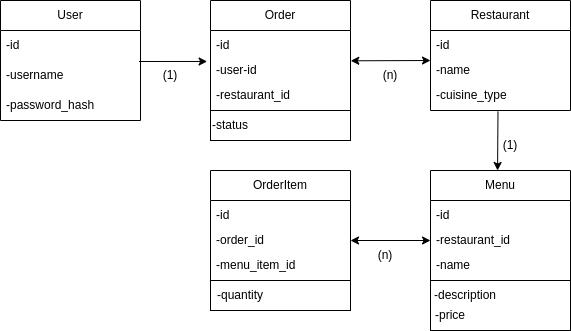
njagiiii/FoodDeliveryapp keeps this draw.io diagram as Domain.drawio.png. Above is the earlier version. Source tidied: cells renumbered, new cells last; positions are measured from the earlier drawing's top-left corner, leaving out a move shared by most shapes. The source it was exported from:
```xml
<mxGraphModel>
  <root>
    <mxCell id="0" />
    <mxCell id="1" parent="0" />
    <mxCell id="2" value="User" style="swimlane;fontStyle=0;horizontal=1;startSize=30;whiteSpace=wrap;html=1;" parent="1" vertex="1">
      <mxGeometry width="140" height="120" as="geometry" />
    </mxCell>
    <mxCell id="3" value="-id" style="text;strokeColor=none;fillColor=none;align=left;verticalAlign=middle;spacingLeft=4;spacingRight=4;overflow=hidden;whiteSpace=wrap;html=1;" parent="2" vertex="1">
      <mxGeometry y="30" width="140" height="30" as="geometry" />
    </mxCell>
    <mxCell id="4" value="-username" style="text;strokeColor=none;fillColor=none;align=left;verticalAlign=middle;spacingLeft=4;spacingRight=4;overflow=hidden;points=[[0,0.5],[1,0.5]];portConstraint=eastwest;whiteSpace=wrap;html=1;" parent="2" vertex="1">
      <mxGeometry y="60" width="140" height="30" as="geometry" />
    </mxCell>
    <mxCell id="5" value="-password_hash" style="text;strokeColor=none;fillColor=none;align=left;verticalAlign=middle;spacingLeft=4;spacingRight=4;overflow=hidden;whiteSpace=wrap;html=1;" parent="2" vertex="1">
      <mxGeometry y="90" width="140" height="30" as="geometry" />
    </mxCell>
    <mxCell id="6" value="(1)" style="text;html=1;strokeColor=none;fillColor=none;align=center;verticalAlign=middle;whiteSpace=wrap;rounded=0;" parent="1" vertex="1">
      <mxGeometry x="140" y="60" width="60" height="30" as="geometry" />
    </mxCell>
    <mxCell id="7" value="OrderItem" style="swimlane;fontStyle=0;horizontal=1;startSize=30;whiteSpace=wrap;html=1;" parent="1" vertex="1">
      <mxGeometry x="210" y="170" width="140" height="110" as="geometry" />
    </mxCell>
    <mxCell id="8" value="-id" style="text;strokeColor=none;fillColor=none;align=left;verticalAlign=middle;spacingLeft=4;spacingRight=4;overflow=hidden;whiteSpace=wrap;html=1;" parent="7" vertex="1">
      <mxGeometry y="30" width="140" height="30" as="geometry" />
    </mxCell>
    <mxCell id="9" value="-order_id" style="text;strokeColor=none;fillColor=none;align=left;verticalAlign=middle;spacingLeft=4;spacingRight=4;overflow=hidden;points=[[0,0.5],[1,0.5]];portConstraint=eastwest;whiteSpace=wrap;html=1;" parent="7" vertex="1">
      <mxGeometry y="60" width="140" height="20" as="geometry" />
    </mxCell>
    <mxCell id="10" value="-menu_item_id" style="text;strokeColor=none;fillColor=none;align=left;verticalAlign=middle;spacingLeft=4;spacingRight=4;overflow=hidden;whiteSpace=wrap;html=1;" parent="7" vertex="1">
      <mxGeometry y="80" width="140" height="30" as="geometry" />
    </mxCell>
    <mxCell id="11" style="whiteSpace=wrap;html=1;fontStyle=0;startSize=30;" parent="1" vertex="1">
      <mxGeometry x="430" y="280" width="140" height="50" as="geometry" />
    </mxCell>
    <mxCell id="12" value="-status" style="text;html=1;strokeColor=none;fillColor=none;align=center;verticalAlign=middle;whiteSpace=wrap;rounded=0;" parent="1" vertex="1">
      <mxGeometry x="200" y="120" width="60" height="30" as="geometry" />
    </mxCell>
    <mxCell id="13" value="Order" style="swimlane;fontStyle=0;horizontal=1;startSize=30;whiteSpace=wrap;html=1;" parent="1" vertex="1">
      <mxGeometry x="210" width="140" height="110" as="geometry" />
    </mxCell>
    <mxCell id="14" value="-id" style="text;strokeColor=none;fillColor=none;align=left;verticalAlign=middle;spacingLeft=4;spacingRight=4;overflow=hidden;points=[[0,0.5],[1,0.5]];portConstraint=eastwest;whiteSpace=wrap;html=1;" parent="13" vertex="1">
      <mxGeometry y="30" width="140" height="30" as="geometry" />
    </mxCell>
    <mxCell id="15" value="-user-id" style="text;strokeColor=none;fillColor=none;align=left;verticalAlign=middle;spacingLeft=4;spacingRight=4;overflow=hidden;points=[[0,0.5],[1,0.5]];portConstraint=eastwest;whiteSpace=wrap;html=1;" parent="13" vertex="1">
      <mxGeometry y="60" width="140" height="20" as="geometry" />
    </mxCell>
    <mxCell id="16" value="-restaurant_id" style="text;strokeColor=none;fillColor=none;align=left;verticalAlign=middle;spacingLeft=4;spacingRight=4;overflow=hidden;whiteSpace=wrap;html=1;" parent="13" vertex="1">
      <mxGeometry y="80" width="140" height="30" as="geometry" />
    </mxCell>
    <mxCell id="17" style="whiteSpace=wrap;html=1;fontStyle=0;startSize=30;" parent="1" vertex="1">
      <mxGeometry x="210" y="110" width="140" height="30" as="geometry" />
    </mxCell>
    <mxCell id="18" value="-status" style="text;html=1;strokeColor=none;fillColor=none;align=center;verticalAlign=middle;whiteSpace=wrap;rounded=0;" parent="1" vertex="1">
      <mxGeometry x="200" y="110" width="60" height="30" as="geometry" />
    </mxCell>
    <mxCell id="19" style="endArrow=classic;html=1;entryX=-0.024;entryY=0.049;entryDx=0;entryDy=0;exitX=0.989;exitY=0.033;exitDx=0;exitDy=0;exitPerimeter=0;entryPerimeter=0;" parent="1" edge="1" source="4" target="15">
      <mxGeometry relative="1" as="geometry" />
    </mxCell>
    <mxCell id="20" value="Restaurant" style="swimlane;fontStyle=0;horizontal=1;startSize=30;whiteSpace=wrap;html=1;" parent="1" vertex="1">
      <mxGeometry x="430" width="140" height="110" as="geometry" />
    </mxCell>
    <mxCell id="21" value="-id" style="text;strokeColor=none;fillColor=none;align=left;verticalAlign=middle;spacingLeft=4;spacingRight=4;overflow=hidden;whiteSpace=wrap;html=1;" parent="20" vertex="1">
      <mxGeometry y="30" width="140" height="30" as="geometry" />
    </mxCell>
    <mxCell id="22" value="-name" style="text;strokeColor=none;fillColor=none;align=left;verticalAlign=middle;spacingLeft=4;spacingRight=4;overflow=hidden;points=[[0,0.5],[1,0.5]];portConstraint=eastwest;whiteSpace=wrap;html=1;" parent="20" vertex="1">
      <mxGeometry y="60" width="140" height="20" as="geometry" />
    </mxCell>
    <mxCell id="23" value="-cuisine_type" style="text;strokeColor=none;fillColor=none;align=left;verticalAlign=middle;spacingLeft=4;spacingRight=4;overflow=hidden;points=[[0,0.5],[1,0.5]];portConstraint=eastwest;whiteSpace=wrap;html=1;" parent="20" vertex="1">
      <mxGeometry y="80" width="140" height="30" as="geometry" />
    </mxCell>
    <mxCell id="24" value="(n)" style="text;html=1;strokeColor=none;fillColor=none;align=center;verticalAlign=middle;whiteSpace=wrap;rounded=0;" parent="1" vertex="1">
      <mxGeometry x="360" y="60" width="60" height="30" as="geometry" />
    </mxCell>
    <mxCell id="25" value="Menu" style="swimlane;fontStyle=0;horizontal=1;startSize=30;whiteSpace=wrap;html=1;" parent="1" vertex="1">
      <mxGeometry x="430" y="170" width="140" height="110" as="geometry" />
    </mxCell>
    <mxCell id="26" value="-id" style="text;strokeColor=none;fillColor=none;align=left;verticalAlign=middle;spacingLeft=4;spacingRight=4;overflow=hidden;whiteSpace=wrap;html=1;" parent="25" vertex="1">
      <mxGeometry y="30" width="140" height="30" as="geometry" />
    </mxCell>
    <mxCell id="27" value="-restaurant_id" style="text;strokeColor=none;fillColor=none;align=left;verticalAlign=middle;spacingLeft=4;spacingRight=4;overflow=hidden;points=[[0,0.5],[1,0.5]];portConstraint=eastwest;whiteSpace=wrap;html=1;" parent="25" vertex="1">
      <mxGeometry y="60" width="140" height="20" as="geometry" />
    </mxCell>
    <mxCell id="28" value="-name" style="text;strokeColor=none;fillColor=none;align=left;verticalAlign=middle;spacingLeft=4;spacingRight=4;overflow=hidden;whiteSpace=wrap;html=1;" parent="25" vertex="1">
      <mxGeometry y="80" width="140" height="30" as="geometry" />
    </mxCell>
    <mxCell id="29" value="-description" style="text;html=1;strokeColor=none;fillColor=none;align=center;verticalAlign=middle;whiteSpace=wrap;rounded=0;" parent="1" vertex="1">
      <mxGeometry x="410" y="280" width="110" height="30" as="geometry" />
    </mxCell>
    <mxCell id="30" value="-price" style="text;html=1;strokeColor=none;fillColor=none;align=center;verticalAlign=middle;whiteSpace=wrap;rounded=0;" parent="1" vertex="1">
      <mxGeometry x="420" y="300" width="60" height="30" as="geometry" />
    </mxCell>
    <mxCell id="31" style="endArrow=classic;html=1;exitX=0.482;exitY=1.033;exitDx=0;exitDy=0;exitPerimeter=0;entryX=0.479;entryY=0;entryDx=0;entryDy=0;entryPerimeter=0;" parent="1" edge="1" source="23" target="25">
      <mxGeometry relative="1" as="geometry" />
    </mxCell>
    <mxCell id="32" value="(1)" style="text;html=1;strokeColor=none;fillColor=none;align=center;verticalAlign=middle;whiteSpace=wrap;rounded=0;" parent="1" vertex="1">
      <mxGeometry x="480" y="130" width="60" height="30" as="geometry" />
    </mxCell>
    <mxCell id="33" style="rounded=0;whiteSpace=wrap;html=1;" parent="1" vertex="1">
      <mxGeometry x="210" y="280" width="140" height="30" as="geometry" />
    </mxCell>
    <mxCell id="34" value="-quantity" style="text;html=1;strokeColor=none;fillColor=none;align=center;verticalAlign=middle;whiteSpace=wrap;rounded=0;" parent="1" vertex="1">
      <mxGeometry x="210" y="280" width="60" height="30" as="geometry" />
    </mxCell>
    <mxCell id="35" style="endArrow=classic;startArrow=classic;html=1;entryX=0;entryY=0.5;entryDx=0;entryDy=0;exitX=1;exitY=0.5;exitDx=0;exitDy=0;" parent="1" edge="1" source="9" target="27">
      <mxGeometry relative="1" as="geometry" />
    </mxCell>
    <mxCell id="36" value="(n)" style="text;html=1;strokeColor=none;fillColor=none;align=center;verticalAlign=middle;whiteSpace=wrap;rounded=0;" parent="1" vertex="1">
      <mxGeometry x="355" y="240" width="60" height="30" as="geometry" />
    </mxCell>
    <mxCell id="37" style="endArrow=classic;startArrow=classic;html=1;exitX=1.002;exitY=0.015;exitDx=0;exitDy=0;exitPerimeter=0;entryX=0;entryY=0;entryDx=0;entryDy=0;entryPerimeter=0;" parent="1" edge="1" source="15" target="22">
      <mxGeometry relative="1" as="geometry" />
    </mxCell>
  </root>
</mxGraphModel>
```
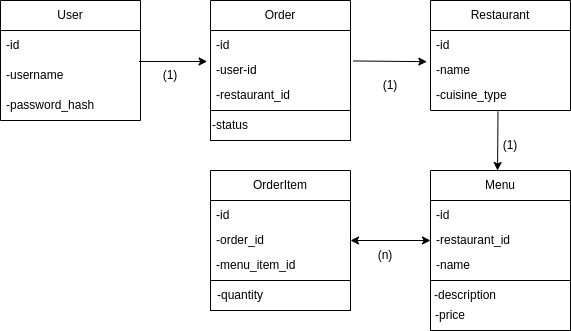
After the commit.

What changed in the source:
```diff
@@ -68,8 +68,8 @@
     <mxCell id="23" value="-cuisine_type" style="text;strokeColor=none;fillColor=none;align=left;verticalAlign=middle;spacingLeft=4;spacingRight=4;overflow=hidden;points=[[0,0.5],[1,0.5]];portConstraint=eastwest;whiteSpace=wrap;html=1;" parent="20" vertex="1">
       <mxGeometry y="80" width="140" height="30" as="geometry" />
     </mxCell>
-    <mxCell id="24" value="(n)" style="text;html=1;strokeColor=none;fillColor=none;align=center;verticalAlign=middle;whiteSpace=wrap;rounded=0;" parent="1" vertex="1">
-      <mxGeometry x="360" y="60" width="60" height="30" as="geometry" />
+    <mxCell id="24" value="(1)" style="text;html=1;strokeColor=none;fillColor=none;align=center;verticalAlign=middle;whiteSpace=wrap;rounded=0;" parent="1" vertex="1">
+      <mxGeometry x="360" y="70" width="60" height="30" as="geometry" />
     </mxCell>
     <mxCell id="25" value="Menu" style="swimlane;fontStyle=0;horizontal=1;startSize=30;whiteSpace=wrap;html=1;" parent="1" vertex="1">
       <mxGeometry x="430" y="170" width="140" height="110" as="geometry" />
@@ -107,7 +107,7 @@
     <mxCell id="36" value="(n)" style="text;html=1;strokeColor=none;fillColor=none;align=center;verticalAlign=middle;whiteSpace=wrap;rounded=0;" parent="1" vertex="1">
       <mxGeometry x="355" y="240" width="60" height="30" as="geometry" />
     </mxCell>
-    <mxCell id="37" style="endArrow=classic;startArrow=classic;html=1;exitX=1.002;exitY=0.015;exitDx=0;exitDy=0;exitPerimeter=0;entryX=0;entryY=0;entryDx=0;entryDy=0;entryPerimeter=0;" parent="1" edge="1" source="15" target="22">
+    <mxCell id="37" style="endArrow=classic;html=1;entryX=-0.026;entryY=0.058;entryDx=0;entryDy=0;exitX=1.019;exitY=1.015;exitDx=0;exitDy=0;exitPerimeter=0;entryPerimeter=0;" parent="1" edge="1" source="14" target="22">
       <mxGeometry relative="1" as="geometry" />
     </mxCell>
   </root>
```
